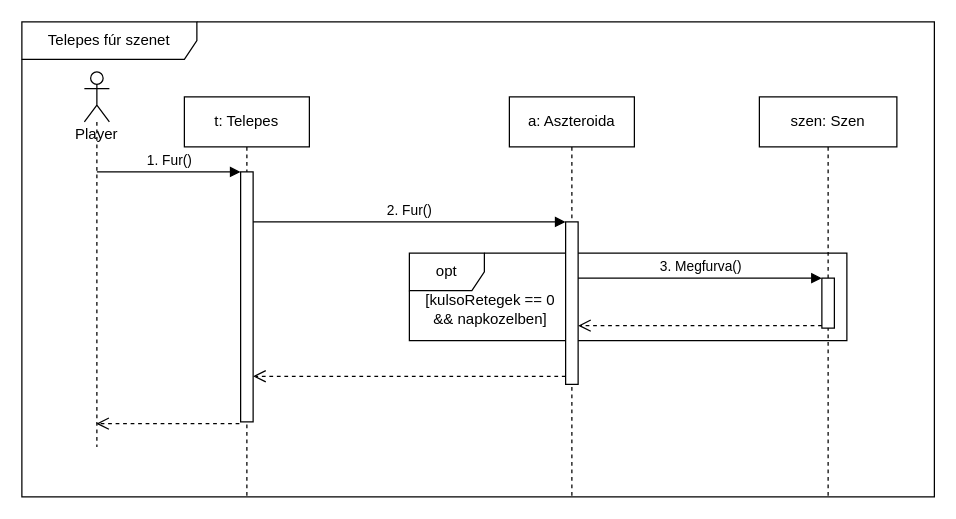
Before: page "Szen" (5 of 5) of doc/uml/szek_TeDrills.drawio in torpeBoiGo/aszteroidabanyaszat, a draw.io diagram. Source tidied: cells renumbered, new cells numbered last; positions are measured from the earlier drawing's top-left corner, leaving out a move shared by most shapes. Both pictures are drawn from the tidied source at 125%, with x=0, y=0 at pixel (21, 21).
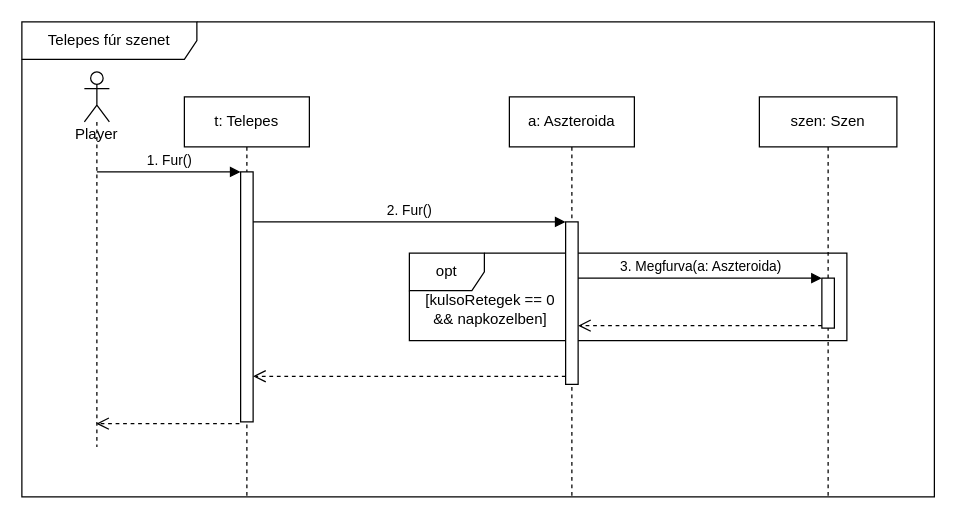
The same page after the edit.

Diff of the diagram source:
```diff
@@
 <mxGraphModel>
   <root>
     <mxCell id="0" />
     <mxCell id="1" parent="0" />
     <mxCell id="2" value="Telepes fúr szenet" style="shape=umlFrame;whiteSpace=wrap;html=1;width=140;height=30;" parent="1" vertex="1">
       <mxGeometry width="730" height="380" as="geometry" />
     </mxCell>
     <mxCell id="3" value="opt" style="shape=umlFrame;whiteSpace=wrap;html=1;" parent="1" vertex="1">
       <mxGeometry x="310" y="185" width="350" height="70" as="geometry" />
     </mxCell>
     <mxCell id="4" value="t: Telepes" style="shape=umlLifeline;perimeter=lifelinePerimeter;whiteSpace=wrap;html=1;" parent="1" vertex="1">
       <mxGeometry x="130" y="60" width="100" height="320" as="geometry" />
     </mxCell>
     <mxCell id="5" style="html=1;points=[];perimeter=orthogonalPerimeter;" parent="4" vertex="1">
       <mxGeometry x="45" y="60" width="10" height="200" as="geometry" />
     </mxCell>
     <mxCell id="6" value="1. Fur()" style="html=1;verticalAlign=bottom;endArrow=block;entryX=0;entryY=0;" parent="4" edge="1" target="5">
       <mxGeometry relative="1" as="geometry">
         <mxPoint x="-70" y="60" as="sourcePoint" />
       </mxGeometry>
     </mxCell>
     <mxCell id="7" value="a: Aszteroida" style="shape=umlLifeline;perimeter=lifelinePerimeter;whiteSpace=wrap;html=1;" parent="1" vertex="1">
       <mxGeometry x="390" y="60" width="100" height="320" as="geometry" />
     </mxCell>
     <mxCell id="8" style="html=1;points=[];perimeter=orthogonalPerimeter;" parent="7" vertex="1">
       <mxGeometry x="45" y="100" width="10" height="130" as="geometry" />
     </mxCell>
     <mxCell id="9" value="2. Fur()" style="html=1;verticalAlign=bottom;endArrow=block;entryX=0;entryY=0;" parent="1" edge="1" source="5" target="8">
       <mxGeometry relative="1" as="geometry" />
     </mxCell>
     <mxCell id="10" style="html=1;verticalAlign=bottom;endArrow=open;dashed=1;endSize=8;exitX=0;exitY=0.95;" parent="1" edge="1" source="8" target="5">
       <mxGeometry x="0.02" y="54" relative="1" as="geometry" />
     </mxCell>
     <mxCell id="11" value="szen: Szen" style="shape=umlLifeline;perimeter=lifelinePerimeter;whiteSpace=wrap;html=1;" parent="1" vertex="1">
       <mxGeometry x="590" y="60" width="110" height="320" as="geometry" />
     </mxCell>
     <mxCell id="12" style="html=1;points=[];perimeter=orthogonalPerimeter;" parent="11" vertex="1">
       <mxGeometry x="50" y="145" width="10" height="40" as="geometry" />
     </mxCell>
-    <mxCell id="13" value="3. Megfurva()" style="html=1;verticalAlign=bottom;endArrow=block;entryX=0;entryY=0;" parent="1" edge="1" source="8" target="12">
+    <mxCell id="13" value="3. Megfurva(a: Aszteroida)" style="html=1;verticalAlign=bottom;endArrow=block;entryX=0;entryY=0;" parent="1" edge="1" source="8" target="12">
       <mxGeometry relative="1" as="geometry" />
     </mxCell>
     <mxCell id="14" style="html=1;verticalAlign=bottom;endArrow=open;dashed=1;endSize=8;exitX=0;exitY=0.95;" parent="1" edge="1" source="12" target="8">
       <mxGeometry x="-0.09" y="52" relative="1" as="geometry" />
     </mxCell>
     <mxCell id="15" value="[kulsoRetegek == 0 &amp;amp;&amp;amp; napkozelben]" style="text;html=1;strokeColor=none;fillColor=none;align=center;verticalAlign=middle;whiteSpace=wrap;rounded=0;" parent="1" vertex="1">
       <mxGeometry x="320" y="220" width="110" height="20" as="geometry" />
     </mxCell>
     <mxCell id="16" value="Player" style="shape=umlLifeline;participant=umlActor;perimeter=lifelinePerimeter;whiteSpace=wrap;html=1;verticalAlign=top;spacingTop=36;outlineConnect=0;" parent="1" vertex="1">
       <mxGeometry x="50" y="40" width="20" height="300" as="geometry" />
     </mxCell>
     <mxCell id="17" style="html=1;verticalAlign=bottom;endArrow=open;dashed=1;endSize=8;exitX=-0.1;exitY=1.007;exitDx=0;exitDy=0;exitPerimeter=0;" parent="1" edge="1" source="5" target="16">
       <mxGeometry x="0.24" y="77" relative="1" as="geometry" />
     </mxCell>
   </root>
 </mxGraphModel>
```
